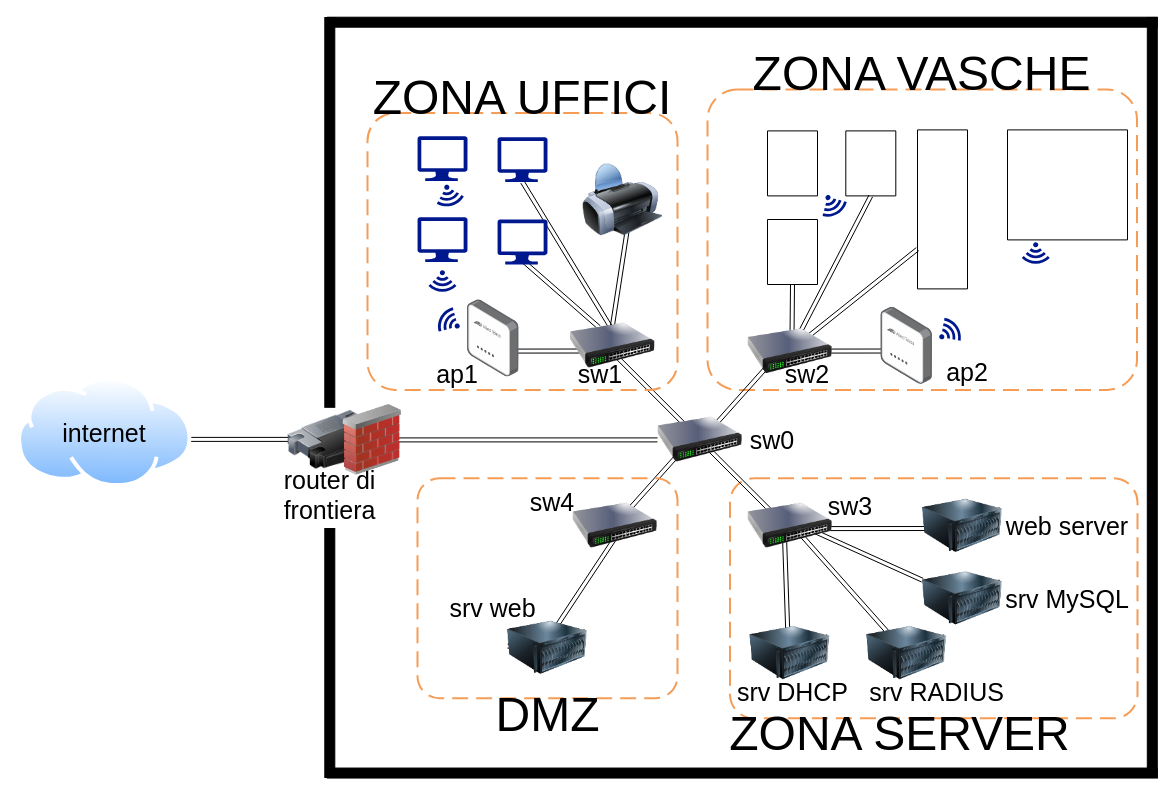
JacopoMattiaMarconi/Elaborato keeps this draw.io diagram as Elaborato/Network.drawio. Above is the earlier version. Source tidied: cells renumbered, new cells numbered last; positions are measured from the earlier drawing's top-left corner, leaving out a move shared by most shapes. Both pictures are drawn from the tidied source at 100%, with x=0, y=0 at pixel (17, -393).
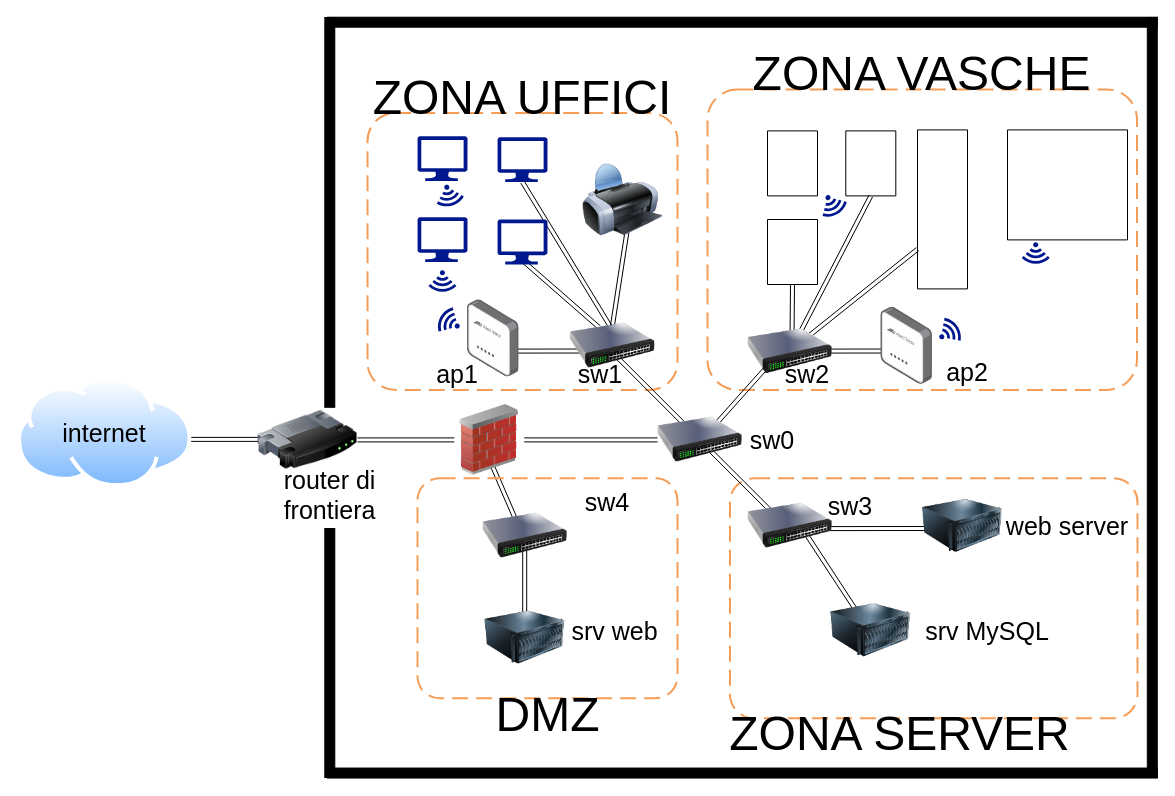
The same page after the edit.

The change refers to these unchanged cells:
```xml
<mxCell id="44" style="image;html=1;image=img/lib/clip_art/networking/Switch_128x128.png;" parent="1" vertex="1">
  <mxGeometry x="640" y="794" width="85" height="76.8" as="geometry" />
</mxCell>
```

The edit, as a diff of the source:
```diff
@@
+    <mxCell id="79" style="shape=link;html=1;" parent="1" edge="1">
+      <mxGeometry relative="1" as="geometry">
+        <mxPoint x="785" y="921" as="sourcePoint" />
+        <mxPoint x="845" y="1012.7" as="targetPoint" />
+      </mxGeometry>
+    </mxCell>
+    <mxCell id="3" style="rounded=1;arcSize=10;dashed=1;strokeColor=#F59D56;fillColor=none;gradientColor=none;dashPattern=8 4;strokeWidth=2;" parent="1" vertex="1">
+      <mxGeometry x="712.5" y="870.8" width="407.5" height="240" as="geometry" />
+    </mxCell>
+    <mxCell id="80" style="shape=link;html=1;" parent="1" edge="1">
+      <mxGeometry relative="1" as="geometry">
+        <mxPoint x="456.8" y="816.5" as="sourcePoint" />
+        <mxPoint x="506.8" y="932.2" as="targetPoint" />
+      </mxGeometry>
+    </mxCell>
+    <mxCell id="23" style="rounded=1;arcSize=10;dashed=1;strokeColor=#F59D56;fillColor=none;gradientColor=none;dashPattern=8 4;strokeWidth=2;" parent="1" vertex="1">
+      <mxGeometry x="350" y="505.6" width="310" height="276.8" as="geometry" />
+    </mxCell>
+    <mxCell id="81" style="shape=link;html=1;" parent="1" edge="1">
+      <mxGeometry relative="1" as="geometry">
+        <mxPoint x="507.2" y="914.3" as="sourcePoint" />
+        <mxPoint x="507.2" y="1033" as="targetPoint" />
+      </mxGeometry>
+    </mxCell>
+    <mxCell id="22" style="rounded=1;arcSize=10;dashed=1;strokeColor=#F59D56;fillColor=none;gradientColor=none;dashPattern=8 4;strokeWidth=2;" parent="1" vertex="1">
+      <mxGeometry x="400" y="870.8" width="260" height="220" as="geometry" />
+    </mxCell>
@@
-    <mxCell id="3" style="rounded=1;arcSize=10;dashed=1;strokeColor=#F59D56;fillColor=none;gradientColor=none;dashPattern=8 4;strokeWidth=2;" parent="1" vertex="1">
-      <mxGeometry x="712.5" y="870.8" width="407.5" height="240" as="geometry" />
-    </mxCell>
@@
-    <mxCell id="5" style="shape=link;html=1;" parent="1" edge="1" target="32">
-      <mxGeometry relative="1" as="geometry">
-        <mxPoint x="604.5" y="920" as="sourcePoint" />
-        <Array as="points">
-          <mxPoint x="525" y="1040" />
-        </Array>
-      </mxGeometry>
-    </mxCell>
-    <mxCell id="6" style="shape=link;html=1;" parent="1" edge="1">
-      <mxGeometry relative="1" as="geometry">
-        <mxPoint x="766.7" y="920" as="sourcePoint" />
-        <mxPoint x="750" y="1058" as="targetPoint" />
-        <Array as="points">
-          <mxPoint x="771" y="1046" />
-        </Array>
-      </mxGeometry>
-    </mxCell>
-    <mxCell id="7" style="shape=link;html=1;" parent="1" edge="1">
-      <mxGeometry relative="1" as="geometry">
-        <mxPoint x="768.3" y="910.2" as="sourcePoint" />
-        <mxPoint x="889" y="1046" as="targetPoint" />
-      </mxGeometry>
-    </mxCell>
-    <mxCell id="8" style="shape=link;html=1;" parent="1" edge="1" source="33">
-      <mxGeometry relative="1" as="geometry">
-        <mxPoint x="788.3" y="920" as="targetPoint" />
-      </mxGeometry>
-    </mxCell>
@@
-    <mxCell id="19" style="shape=link;html=1;" parent="1" edge="1">
-      <mxGeometry relative="1" as="geometry">
-        <mxPoint x="610" y="903.7" as="sourcePoint" />
-        <mxPoint x="675.9" y="830" as="targetPoint" />
-      </mxGeometry>
-    </mxCell>
@@
-    <mxCell id="22" style="rounded=1;arcSize=10;dashed=1;strokeColor=#F59D56;fillColor=none;gradientColor=none;dashPattern=8 4;strokeWidth=2;" parent="1" vertex="1">
-      <mxGeometry x="400" y="870.8" width="260" height="220" as="geometry" />
-    </mxCell>
-    <mxCell id="23" style="rounded=1;arcSize=10;dashed=1;strokeColor=#F59D56;fillColor=none;gradientColor=none;dashPattern=8 4;strokeWidth=2;" parent="1" vertex="1">
-      <mxGeometry x="350" y="505.6" width="310" height="276.8" as="geometry" />
-    </mxCell>
@@
     <mxCell id="30" style="image;html=1;image=img/lib/clip_art/networking/Router_128x128.png;" parent="1" vertex="1">
-      <mxGeometry x="270" y="782.4" width="100" height="100" as="geometry" />
+      <mxGeometry x="240" y="782.4" width="100" height="100" as="geometry" />
     </mxCell>
@@
     <mxCell id="32" style="image;html=1;image=img/lib/clip_art/computers/Server_128x128.png;" parent="1" vertex="1">
-      <mxGeometry x="490" y="1000.2" width="80" height="80" as="geometry" />
+      <mxGeometry x="467.5" y="990" width="80" height="80" as="geometry" />
     </mxCell>
     <mxCell id="33" style="image;html=1;image=img/lib/clip_art/computers/Server_128x128.png;" parent="1" vertex="1">
-      <mxGeometry x="905" y="950.8" width="80" height="80" as="geometry" />
+      <mxGeometry x="813.3" y="982.7" width="80" height="80" as="geometry" />
     </mxCell>
-    <mxCell id="34" style="image;html=1;image=img/lib/clip_art/computers/Server_128x128.png;" parent="1" vertex="1">
-      <mxGeometry x="849.2" y="1005.5" width="80" height="80" as="geometry" />
-    </mxCell>
-    <mxCell id="35" style="image;html=1;image=img/lib/clip_art/computers/Server_128x128.png;" parent="1" vertex="1">
-      <mxGeometry x="732.5" y="1005.5" width="80" height="80" as="geometry" />
-    </mxCell>
@@
     <mxCell id="42" style="image;html=1;image=img/lib/clip_art/networking/Switch_128x128.png;" parent="1" vertex="1">
-      <mxGeometry x="555" y="880" width="85" height="76.8" as="geometry" />
+      <mxGeometry x="465" y="890" width="85" height="76.8" as="geometry" />
     </mxCell>
@@
-    <mxCell id="46" style="shape=link;html=1;exitX=1;exitY=0.5;exitDx=0;exitDy=0;entryX=0;entryY=0.5;entryDx=0;entryDy=0;" parent="1" edge="1" source="30" target="44">
+    <mxCell id="46" style="shape=link;html=1;exitX=1;exitY=0.5;exitDx=0;exitDy=0;entryX=0;entryY=0.5;entryDx=0;entryDy=0;startArrow=none;" parent="1" edge="1" source="71" target="44">
       <mxGeometry relative="1" as="geometry" />
     </mxCell>
@@
     <mxCell id="56" value="&lt;font style=&quot;font-size: 25px&quot;&gt;sw4&lt;/font&gt;" style="text;html=1;strokeColor=none;fillColor=none;align=center;verticalAlign=middle;whiteSpace=wrap;rounded=0;" parent="1" vertex="1">
-      <mxGeometry x="505" y="878.4" width="60" height="31.9" as="geometry" />
+      <mxGeometry x="560" y="878.4" width="60" height="31.9" as="geometry" />
     </mxCell>
@@
     <mxCell id="61" value="&lt;font style=&quot;font-size: 25px&quot;&gt;srv web&lt;/font&gt;" style="text;html=1;strokeColor=none;fillColor=none;align=center;verticalAlign=middle;whiteSpace=wrap;rounded=0;" parent="1" vertex="1">
-      <mxGeometry x="428.1" y="984" width="95.4" height="31.9" as="geometry" />
+      <mxGeometry x="549.6" y="1006.7" width="95.4" height="31.9" as="geometry" />
     </mxCell>
-    <mxCell id="62" value="&lt;font style=&quot;font-size: 25px&quot;&gt;srv DHCP&lt;/font&gt;" style="text;html=1;strokeColor=none;fillColor=none;align=center;verticalAlign=middle;whiteSpace=wrap;rounded=0;" parent="1" vertex="1">
-      <mxGeometry x="714.6" y="1068.1" width="120.8" height="31.9" as="geometry" />
-    </mxCell>
-    <mxCell id="63" value="&lt;font style=&quot;font-size: 25px&quot;&gt;srv RADIUS&lt;/font&gt;" style="text;html=1;strokeColor=none;fillColor=none;align=center;verticalAlign=middle;whiteSpace=wrap;rounded=0;" parent="1" vertex="1">
-      <mxGeometry x="849.2" y="1068.1" width="140.8" height="31.9" as="geometry" />
-    </mxCell>
     <mxCell id="64" value="&lt;font style=&quot;font-size: 25px&quot;&gt;srv MySQL&lt;/font&gt;" style="text;html=1;strokeColor=none;fillColor=none;align=center;verticalAlign=middle;whiteSpace=wrap;rounded=0;" parent="1" vertex="1">
-      <mxGeometry x="985" y="974.8" width="130" height="31.9" as="geometry" />
+      <mxGeometry x="905" y="1006.7" width="130" height="31.9" as="geometry" />
     </mxCell>
@@
-    <mxCell id="71" style="image;html=1;image=img/lib/clip_art/networking/Firewall_02_128x128.png;" parent="1" vertex="1">
-      <mxGeometry x="320" y="797" width="70" height="70.8" as="geometry" />
-    </mxCell>
@@
+    <mxCell id="71" style="image;html=1;image=img/lib/clip_art/networking/Firewall_02_128x128.png;" parent="1" vertex="1">
+      <mxGeometry x="436.8" y="797" width="70" height="70.8" as="geometry" />
+    </mxCell>
+    <mxCell id="82" style="shape=link;html=1;exitX=1;exitY=0.5;exitDx=0;exitDy=0;endArrow=none;" parent="1" edge="1" source="30" target="71">
+      <mxGeometry relative="1" as="geometry" />
+    </mxCell>
```
